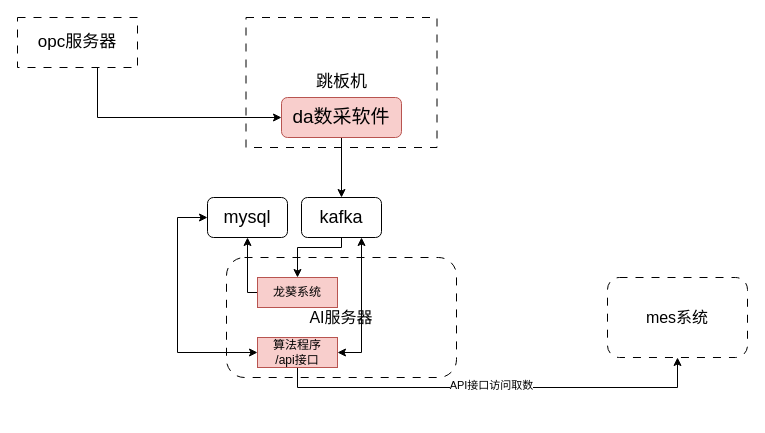
Above: 未命名绘图.drawio in 729973389/picture (draw.io), before the change. Source tidied: cells renumbered, new cells numbered last; positions are measured from the earlier drawing's top-left corner, leaving out a move shared by most shapes. Both pictures are drawn from the tidied source at 100%, with x=0, y=0 at pixel (17, 17).
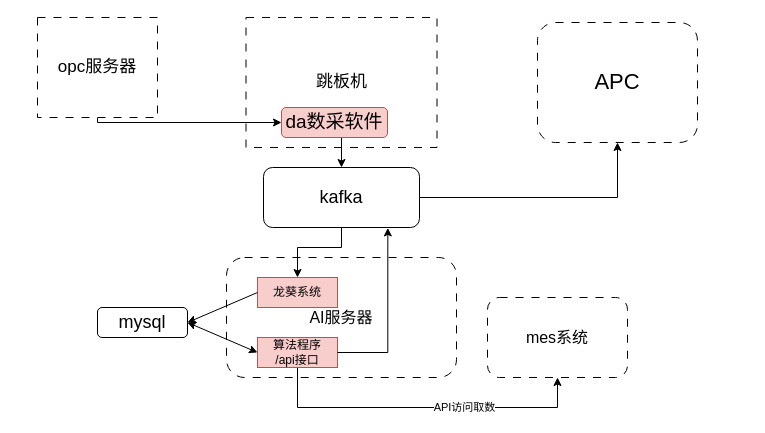
The same page after the edit.

Commit message:
更新未命名绘图.drawio

The change refers to these unchanged cells:
```xml
<mxCell id="9" value="龙葵系统" style="rounded=0;whiteSpace=wrap;html=1;fillColor=#f8cecc;strokeColor=#b85450;" parent="1" vertex="1">
  <mxGeometry x="240" y="260" width="80" height="30" as="geometry" />
</mxCell>
<mxCell id="13" value="算法程序&lt;div&gt;/api接口&lt;/div&gt;" style="rounded=0;whiteSpace=wrap;html=1;fillColor=#f8cecc;strokeColor=#b85450;" parent="1" vertex="1">
  <mxGeometry x="240" y="320" width="80" height="30" as="geometry" />
</mxCell>
```

The edit, as a diff of the source:
```diff
@@
     <mxCell id="4" value="&lt;font style=&quot;font-size: 19px;&quot;&gt;da数采软件&lt;/font&gt;" style="rounded=1;whiteSpace=wrap;html=1;fillColor=#f8cecc;strokeColor=#b85450;" parent="1" vertex="1">
-      <mxGeometry x="264" y="80" width="120" height="40" as="geometry" />
+      <mxGeometry x="264" y="90" width="106" height="30" as="geometry" />
     </mxCell>
@@
+    <mxCell id="19" style="edgeStyle=orthogonalEdgeStyle;rounded=0;jettySize=auto;html=1;entryX=0.5;entryY=1;entryDx=0;entryDy=0;" parent="1" edge="1" source="7" target="21">
+      <mxGeometry relative="1" as="geometry" />
+    </mxCell>
     <mxCell id="7" value="&lt;font style=&quot;font-size: 18px;&quot;&gt;kafka&lt;/font&gt;" style="rounded=1;whiteSpace=wrap;html=1;" parent="1" vertex="1">
-      <mxGeometry x="284" y="180" width="80" height="40" as="geometry" />
+      <mxGeometry x="246" y="150" width="156" height="60" as="geometry" />
     </mxCell>
-    <mxCell id="8" style="edgeStyle=orthogonalEdgeStyle;rounded=0;jettySize=auto;html=1;entryX=0.5;entryY=1;entryDx=0;entryDy=0;" parent="1" edge="1" source="9" target="10">
-      <mxGeometry relative="1" as="geometry">
-        <Array as="points">
-          <mxPoint x="230" y="275" />
-        </Array>
-      </mxGeometry>
-    </mxCell>
@@
     <mxCell id="10" value="&lt;font style=&quot;font-size: 18px;&quot;&gt;mysql&lt;/font&gt;" style="rounded=1;whiteSpace=wrap;html=1;" parent="1" vertex="1">
-      <mxGeometry x="190" y="180" width="80" height="40" as="geometry" />
+      <mxGeometry x="80" y="290" width="90" height="30" as="geometry" />
     </mxCell>
-    <mxCell id="11" style="edgeStyle=orthogonalEdgeStyle;rounded=0;jettySize=auto;html=1;entryX=0.5;entryY=1;entryDx=0;entryDy=0;" parent="1" edge="1" source="13" target="18">
+    <mxCell id="11" style="edgeStyle=orthogonalEdgeStyle;rounded=0;jettySize=auto;html=1;exitX=0.5;exitY=1;exitDx=0;exitDy=0;entryX=0.5;entryY=1;entryDx=0;entryDy=0;" parent="1" edge="1" source="13" target="18">
       <mxGeometry relative="1" as="geometry">
         <Array as="points">
-          <mxPoint x="280" y="370" />
-          <mxPoint x="660" y="370" />
+          <mxPoint x="280" y="390" />
+          <mxPoint x="540" y="390" />
         </Array>
       </mxGeometry>
     </mxCell>
-    <mxCell id="12" value="API接口访问取数" style="edgeLabel;html=1;align=center;verticalAlign=middle;" parent="11" vertex="1">
-      <mxGeometry x="-0.01" y="3" relative="1" as="geometry" />
-    </mxCell>
+    <mxCell id="20" value="API访问取数" style="edgeLabel;html=1;align=center;verticalAlign=middle;" parent="11" vertex="1">
+      <mxGeometry x="0.25" y="1" relative="1" as="geometry" />
+    </mxCell>
@@
     <mxCell id="15" value="&lt;span style=&quot;font-size: 17px;&quot;&gt;opc服务器&lt;/span&gt;" style="rounded=0;whiteSpace=wrap;html=1;dashed=1;dashPattern=8 8;" parent="1" vertex="1">
-      <mxGeometry width="120" height="50" as="geometry" />
+      <mxGeometry x="20" width="120" height="100" as="geometry" />
     </mxCell>
-    <mxCell id="16" style="endArrow=classic;startArrow=classic;html=1;rounded=0;entryX=0;entryY=0.5;entryDx=0;entryDy=0;exitX=0;exitY=0.5;exitDx=0;exitDy=0;edgeStyle=orthogonalEdgeStyle;" parent="1" edge="1" source="13" target="10">
-      <mxGeometry relative="1" as="geometry">
-        <Array as="points">
-          <mxPoint x="160" y="335" />
-          <mxPoint x="160" y="200" />
-        </Array>
-      </mxGeometry>
-    </mxCell>
+    <mxCell id="18" value="&lt;font style=&quot;font-size: 16px;&quot;&gt;mes系统&lt;/font&gt;" style="rounded=1;whiteSpace=wrap;html=1;dashed=1;dashPattern=8 8;" parent="1" vertex="1">
+      <mxGeometry x="470" y="280" width="140" height="80" as="geometry" />
+    </mxCell>
-    <mxCell id="17" style="endArrow=classic;startArrow=classic;html=1;rounded=0;entryX=0.75;entryY=1;entryDx=0;entryDy=0;exitX=1;exitY=0.5;exitDx=0;exitDy=0;edgeStyle=orthogonalEdgeStyle;" parent="1" edge="1" source="13" target="7">
-      <mxGeometry relative="1" as="geometry" />
+    <mxCell id="17" style="edgeStyle=orthogonalEdgeStyle;rounded=0;jettySize=auto;html=1;entryX=0.797;entryY=1.007;entryDx=0;entryDy=0;entryPerimeter=0;" parent="1" edge="1" source="13" target="7">
+      <mxGeometry relative="1" as="geometry">
+        <Array as="points">
+          <mxPoint x="370" y="335" />
+        </Array>
+      </mxGeometry>
     </mxCell>
-    <mxCell id="18" value="&lt;font style=&quot;font-size: 16px;&quot;&gt;mes系统&lt;/font&gt;" style="rounded=1;whiteSpace=wrap;html=1;dashed=1;dashPattern=8 8;" parent="1" vertex="1">
-      <mxGeometry x="590" y="260" width="140" height="80" as="geometry" />
-    </mxCell>
+    <mxCell id="21" value="&lt;font style=&quot;font-size: 22px;&quot;&gt;APC&lt;/font&gt;" style="rounded=1;whiteSpace=wrap;html=1;dashed=1;dashPattern=8 8;" parent="1" vertex="1">
+      <mxGeometry x="520" y="5" width="160" height="120" as="geometry" />
+    </mxCell>
+    <mxCell id="8" style="endArrow=classic;html=1;rounded=0;exitX=0;exitY=0.5;exitDx=0;exitDy=0;entryX=1;entryY=0.5;entryDx=0;entryDy=0;" parent="1" edge="1" source="9" target="10">
+      <mxGeometry relative="1" as="geometry" />
+    </mxCell>
+    <mxCell id="22" style="endArrow=classic;startArrow=classic;html=1;rounded=0;entryX=0;entryY=0.5;entryDx=0;entryDy=0;exitX=1;exitY=0.5;exitDx=0;exitDy=0;" parent="1" edge="1" source="10" target="13">
+      <mxGeometry relative="1" as="geometry" />
+    </mxCell>
```
